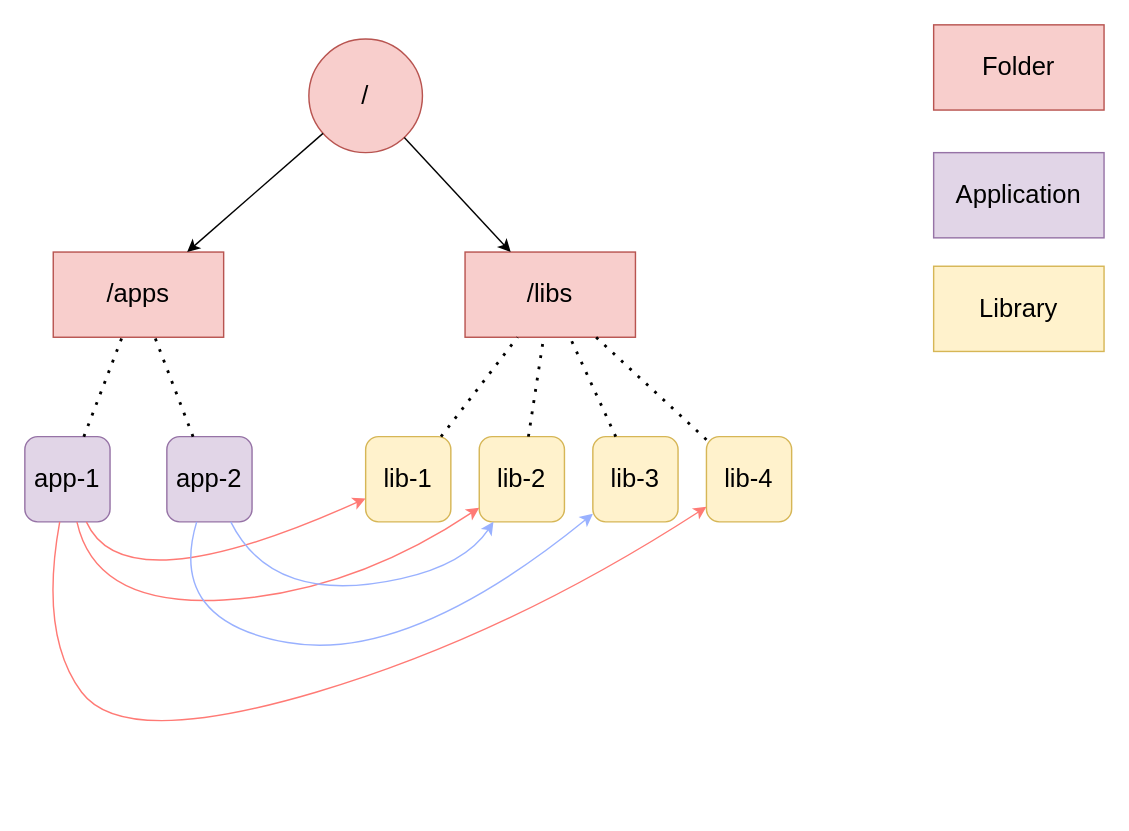
The draw.io diagram UML/ApplicationsAndLibs.drawio in lamhungypl/diagrams, before the edit. Source tidied: cells renumbered, new cells numbered last; positions are measured from the earlier drawing's top-left corner, leaving out a move shared by most shapes. Both pictures are drawn from the tidied source at 142%, with x=0, y=0 at pixel (24, 24).
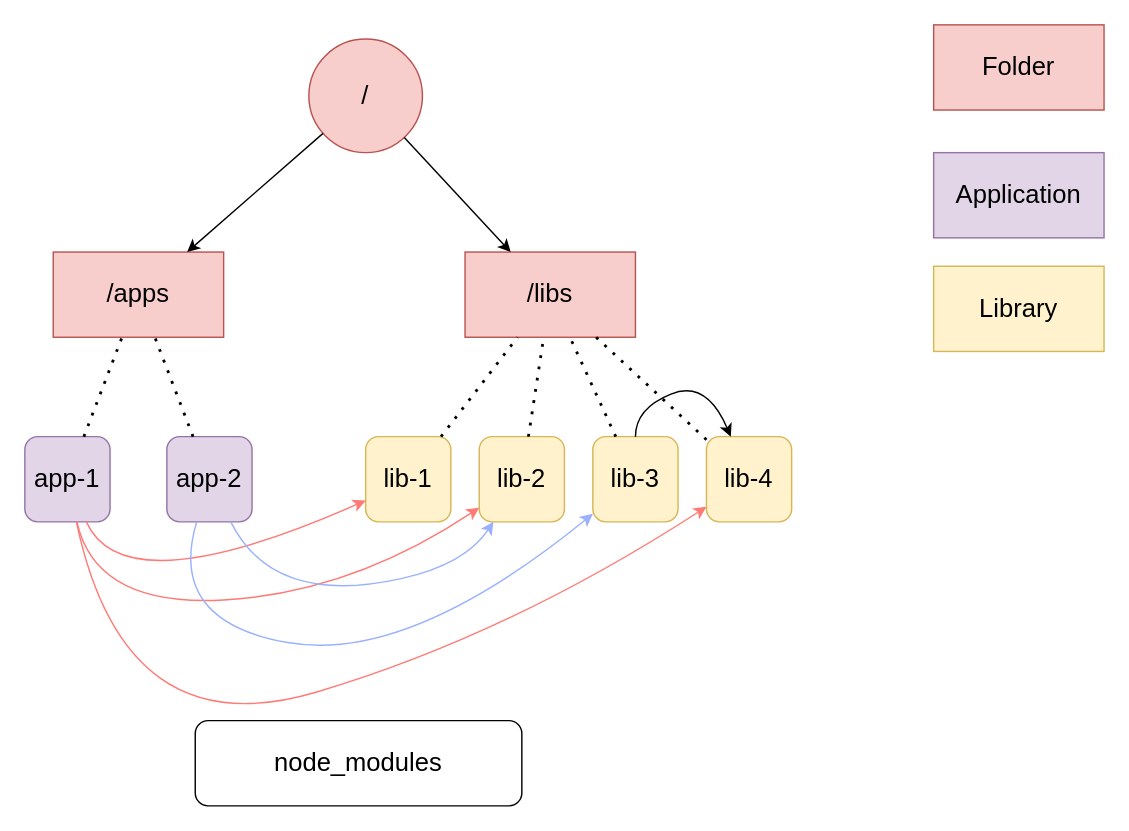
The same diagram, later.

Unchanged cells that the change refers to:
```xml
<mxCell id="10" value="app-1" style="rounded=1;whiteSpace=wrap;html=1;fontSize=18;fillColor=#e1d5e7;strokeColor=#9673a6;" parent="1" vertex="1">
  <mxGeometry y="290" width="60" height="60" as="geometry" />
</mxCell>
<mxCell id="12" value="lib-1" style="rounded=1;whiteSpace=wrap;html=1;fontSize=18;fillColor=#fff2cc;strokeColor=#d6b656;" parent="1" vertex="1">
  <mxGeometry x="240" y="290" width="60" height="60" as="geometry" />
</mxCell>
<mxCell id="14" value="lib-3" style="rounded=1;whiteSpace=wrap;html=1;fontSize=18;fillColor=#fff2cc;strokeColor=#d6b656;" parent="1" vertex="1">
  <mxGeometry x="400" y="290" width="60" height="60" as="geometry" />
</mxCell>
<mxCell id="15" value="lib-4" style="rounded=1;whiteSpace=wrap;html=1;fontSize=18;fillColor=#fff2cc;strokeColor=#d6b656;" parent="1" vertex="1">
  <mxGeometry x="480" y="290" width="60" height="60" as="geometry" />
</mxCell>
```

Diff of the diagram source:
```diff
@@
-    <mxCell id="22" style="curved=1;endArrow=classic;html=1;rounded=0;fontSize=18;strokeColor=#FF7A75;" parent="1" edge="1" source="10" target="12">
+    <mxCell id="22" style="curved=1;endArrow=classic;html=1;rounded=0;fontSize=18;strokeColor=#FF7A75;entryX=0;entryY=0.75;entryDx=0;entryDy=0;" parent="1" edge="1" source="10" target="12">
       <mxGeometry relative="1" as="geometry">
         <Array as="points">
           <mxPoint x="70" y="410" />
         </Array>
       </mxGeometry>
     </mxCell>
@@
     <mxCell id="24" style="curved=1;endArrow=classic;html=1;rounded=0;fontSize=18;strokeColor=#FF7A75;" parent="1" edge="1" source="10" target="15">
       <mxGeometry relative="1" as="geometry">
         <Array as="points">
-          <mxPoint x="10" y="430" />
           <mxPoint x="70" y="510" />
           <mxPoint x="340" y="430" />
         </Array>
       </mxGeometry>
     </mxCell>
@@
+    <mxCell id="27" value="&lt;font style=&quot;font-size: 18px;&quot;&gt;node_modules&lt;/font&gt;" style="rounded=1;whiteSpace=wrap;html=1;" parent="1" vertex="1">
+      <mxGeometry x="120" y="490" width="230" height="60" as="geometry" />
+    </mxCell>
+    <mxCell id="28" style="curved=1;endArrow=classic;html=1;rounded=0;fontSize=18;" parent="1" edge="1" source="14" target="15">
+      <mxGeometry relative="1" as="geometry">
+        <Array as="points">
+          <mxPoint x="430" y="270" />
+          <mxPoint x="480" y="250" />
+        </Array>
+      </mxGeometry>
+    </mxCell>
```
